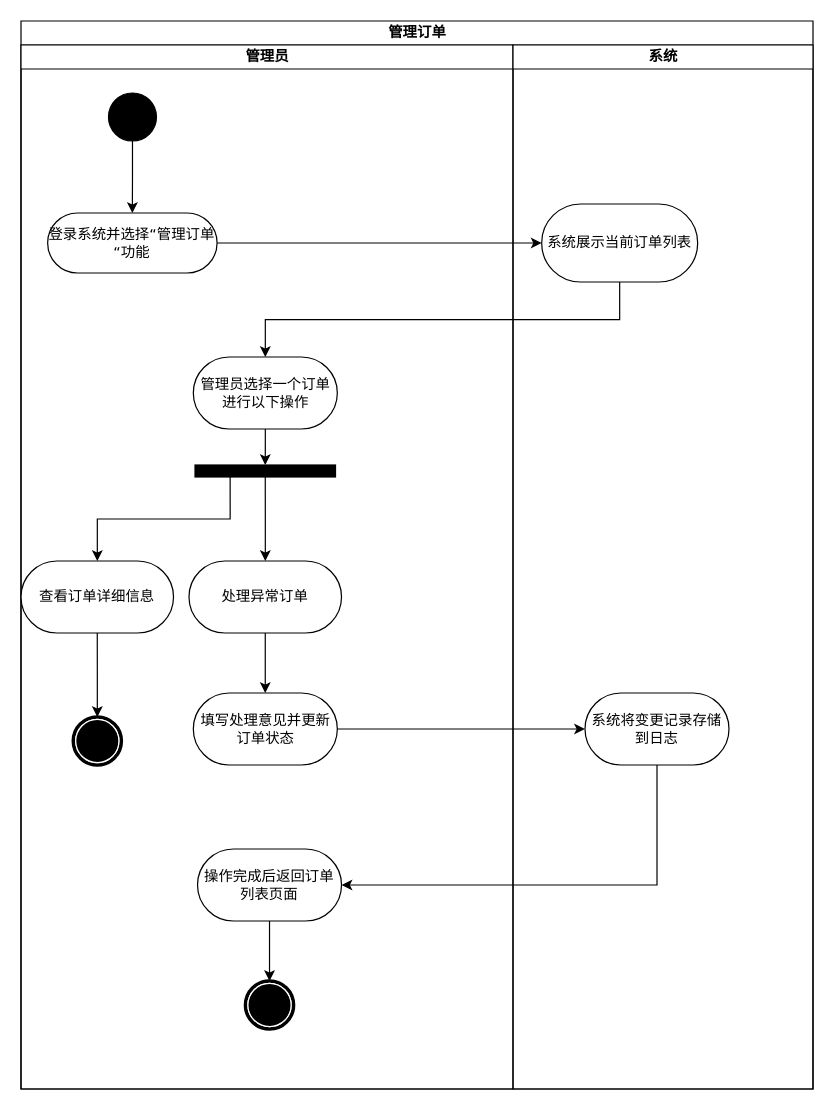
Before: page "功能建模" (1 of 2) of 文档/需求分析规约文档/三种建模/08管理订单用例建模.drawio in w1ntercube/TJ-SE-Design, a draw.io diagram. Source tidied: cells renumbered, new cells numbered last; positions are measured from the earlier drawing's top-left corner, leaving out a move shared by most shapes. Both pictures are drawn from the tidied source at 120%, with x=0, y=0 at pixel (20, 20).
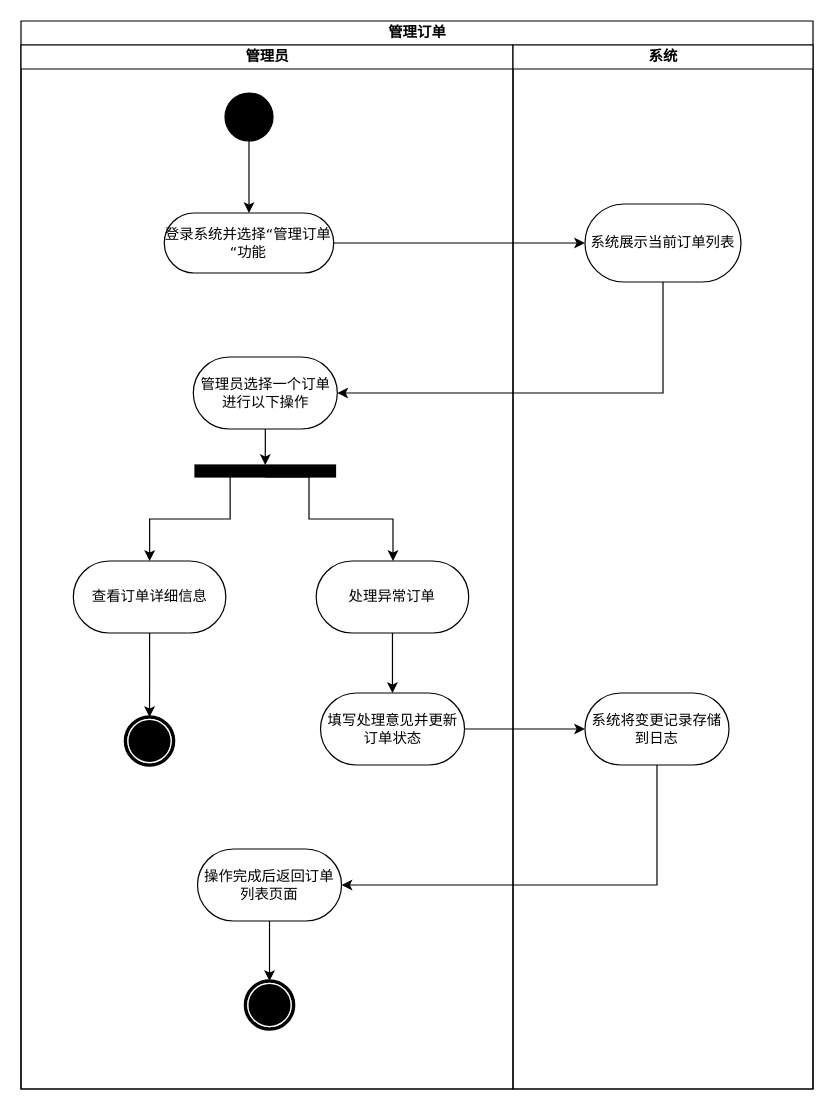
Above is the later version.

Unchanged cells that the change refers to:
```xml
<mxCell id="3" value="管理员" style="swimlane;html=1;startSize=20;" parent="2" vertex="1">
  <mxGeometry y="20" width="410" height="870" as="geometry" />
</mxCell>
<mxCell id="7" value="系统" style="swimlane;html=1;startSize=20;" parent="3" vertex="1">
  <mxGeometry x="410" width="250" height="870" as="geometry" />
</mxCell>
<mxCell id="9" value="管理员选择一个订单进行以下操作" style="whiteSpace=wrap;html=1;fontFamily=Verdana;rounded=1;shadow=0;comic=0;labelBackgroundColor=none;strokeWidth=1;arcSize=50;" parent="3" vertex="1">
  <mxGeometry x="143.6" y="260" width="120" height="60" as="geometry" />
</mxCell>
<mxCell id="13" style="rounded=0;whiteSpace=wrap;html=1;fontSize=12;fillColor=#000000;" parent="3" vertex="1">
  <mxGeometry x="145" y="350" width="117.1" height="10" as="geometry" />
</mxCell>
```

What changed in the source:
```diff
@@
     <mxCell id="4" value="登录系统并选择“管理订单“功能" style="rounded=1;whiteSpace=wrap;html=1;shadow=0;comic=0;labelBackgroundColor=none;strokeWidth=1;fontFamily=Verdana;fontSize=12;align=center;arcSize=50;" parent="3" vertex="1">
-      <mxGeometry x="22.2" y="140" width="141.2" height="50" as="geometry" />
+      <mxGeometry x="119.4" y="140" width="141.2" height="50" as="geometry" />
     </mxCell>
@@
     <mxCell id="6" style="ellipse;whiteSpace=wrap;html=1;rounded=0;shadow=0;comic=0;labelBackgroundColor=none;strokeWidth=1;fillColor=#000000;fontFamily=Verdana;fontSize=12;align=center;" parent="3" vertex="1">
-      <mxGeometry x="72.9" y="40" width="40" height="40" as="geometry" />
+      <mxGeometry x="170" y="40" width="40" height="40" as="geometry" />
     </mxCell>
@@
+    <mxCell id="25" value="系统展示当前订单列表" style="whiteSpace=wrap;html=1;fontFamily=Verdana;rounded=1;shadow=0;comic=0;labelBackgroundColor=none;strokeWidth=1;arcSize=50;" parent="7" vertex="1">
+      <mxGeometry x="60" y="132.5" width="130" height="65" as="geometry" />
+    </mxCell>
@@
     <mxCell id="12" style="edgeStyle=orthogonalEdgeStyle;rounded=0;jettySize=auto;html=1;exitX=0.5;exitY=1;exitDx=0;exitDy=0;" parent="3" edge="1" source="13" target="17">
-      <mxGeometry relative="1" as="geometry" />
+      <mxGeometry relative="1" as="geometry">
+        <Array as="points">
+          <mxPoint x="240" y="360" />
+          <mxPoint x="240" y="395" />
+          <mxPoint x="310" y="395" />
+        </Array>
+      </mxGeometry>
     </mxCell>
@@
     <mxCell id="15" value="查看订单详细信息" style="whiteSpace=wrap;html=1;fontFamily=Verdana;rounded=1;shadow=0;comic=0;labelBackgroundColor=none;strokeWidth=1;arcSize=50;" parent="3" vertex="1">
-      <mxGeometry y="430" width="127.1" height="60" as="geometry" />
+      <mxGeometry x="43.6" y="430" width="127.1" height="60" as="geometry" />
     </mxCell>
@@
     <mxCell id="17" value="处理异常订单" style="whiteSpace=wrap;html=1;fontFamily=Verdana;rounded=1;shadow=0;comic=0;labelBackgroundColor=none;strokeWidth=1;arcSize=50;" parent="3" vertex="1">
-      <mxGeometry x="140" y="430" width="127.1" height="60" as="geometry" />
+      <mxGeometry x="246" y="430" width="127.1" height="60" as="geometry" />
     </mxCell>
     <mxCell id="18" style="shape=mxgraph.bpmn.shape;html=1;verticalLabelPosition=bottom;labelBackgroundColor=#ffffff;verticalAlign=top;perimeter=ellipsePerimeter;outline=end;symbol=terminate;rounded=0;shadow=0;comic=0;strokeWidth=1;fontFamily=Verdana;fontSize=12;align=center;" parent="3" vertex="1">
-      <mxGeometry x="43.6" y="560" width="40" height="40" as="geometry" />
+      <mxGeometry x="87.1" y="560" width="40" height="40" as="geometry" />
     </mxCell>
     <mxCell id="19" value="&lt;span style=&quot;font-family: Helvetica; text-align: left;&quot;&gt;填写处理意见并更新订单状态&lt;/span&gt;" style="whiteSpace=wrap;html=1;fontFamily=Verdana;rounded=1;shadow=0;comic=0;labelBackgroundColor=none;strokeWidth=1;arcSize=50;" parent="3" vertex="1">
-      <mxGeometry x="143.6" y="540" width="120" height="60" as="geometry" />
+      <mxGeometry x="249.6" y="540" width="120" height="60" as="geometry" />
     </mxCell>
@@
-    <mxCell id="25" value="系统展示当前订单列表" style="whiteSpace=wrap;html=1;fontFamily=Verdana;rounded=1;shadow=0;comic=0;labelBackgroundColor=none;strokeWidth=1;arcSize=50;" parent="1" vertex="1">
-      <mxGeometry x="433.9" y="152.5" width="130" height="65" as="geometry" />
-    </mxCell>
-    <mxCell id="26" style="edgeStyle=orthogonalEdgeStyle;rounded=0;jettySize=auto;html=1;" parent="1" edge="1" source="4" target="25">
+    <mxCell id="26" style="edgeStyle=orthogonalEdgeStyle;rounded=0;jettySize=auto;html=1;" parent="3" edge="1" source="4" target="25">
       <mxGeometry relative="1" as="geometry" />
     </mxCell>
-    <mxCell id="27" style="edgeStyle=orthogonalEdgeStyle;rounded=0;jettySize=auto;html=1;exitX=0.5;exitY=1;exitDx=0;exitDy=0;" parent="1" edge="1" source="25" target="9">
+    <mxCell id="27" style="edgeStyle=orthogonalEdgeStyle;rounded=0;jettySize=auto;html=1;exitX=0.5;exitY=1;exitDx=0;exitDy=0;entryX=1;entryY=0.5;entryDx=0;entryDy=0;" parent="3" edge="1" source="25" target="9">
       <mxGeometry relative="1" as="geometry" />
     </mxCell>
```
